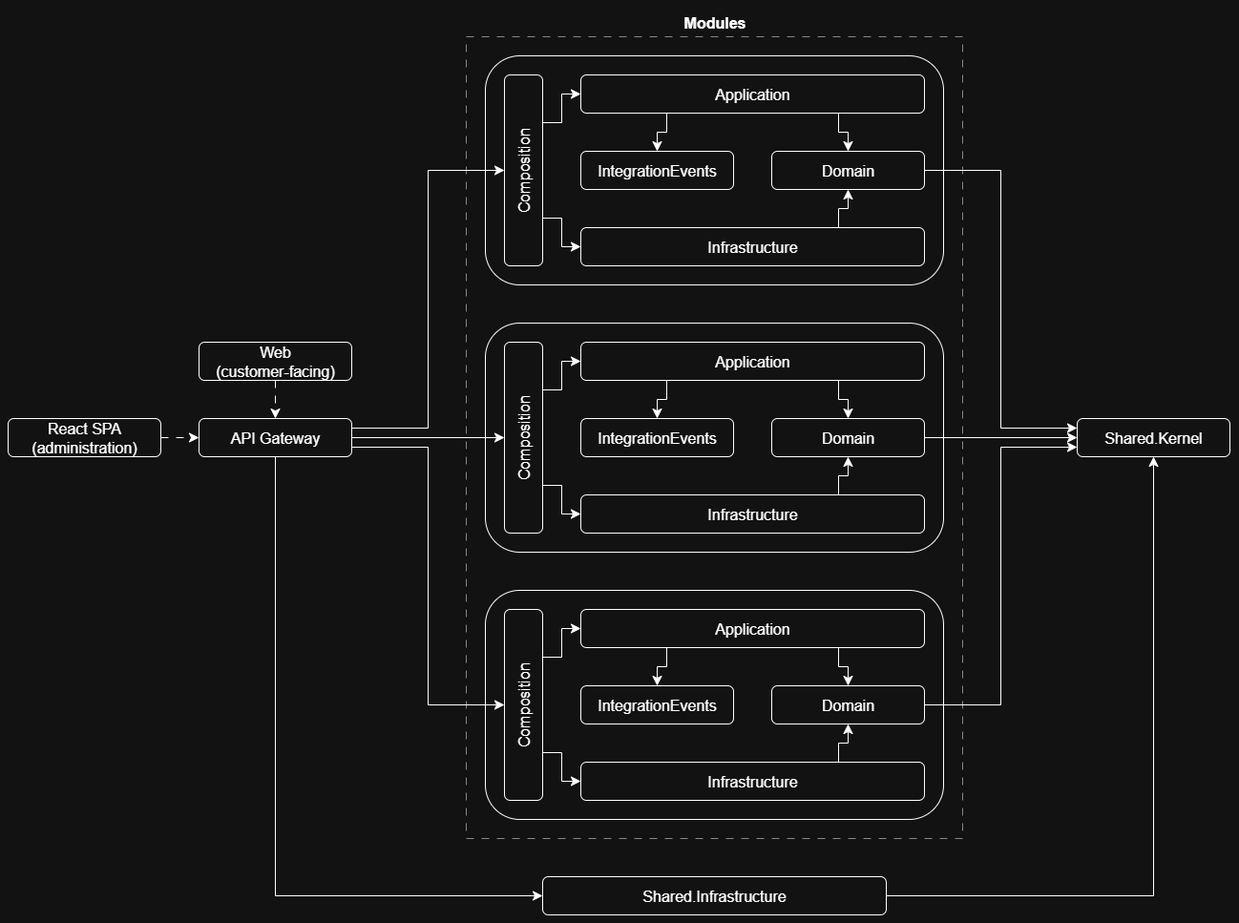
maqnitude/DepresStore keeps this draw.io diagram as media/images/project-structure-overview.png. Above is the earlier version. Source tidied: cells renumbered, new cells last; positions are measured from the earlier drawing's top-left corner, leaving out a move shared by most shapes.
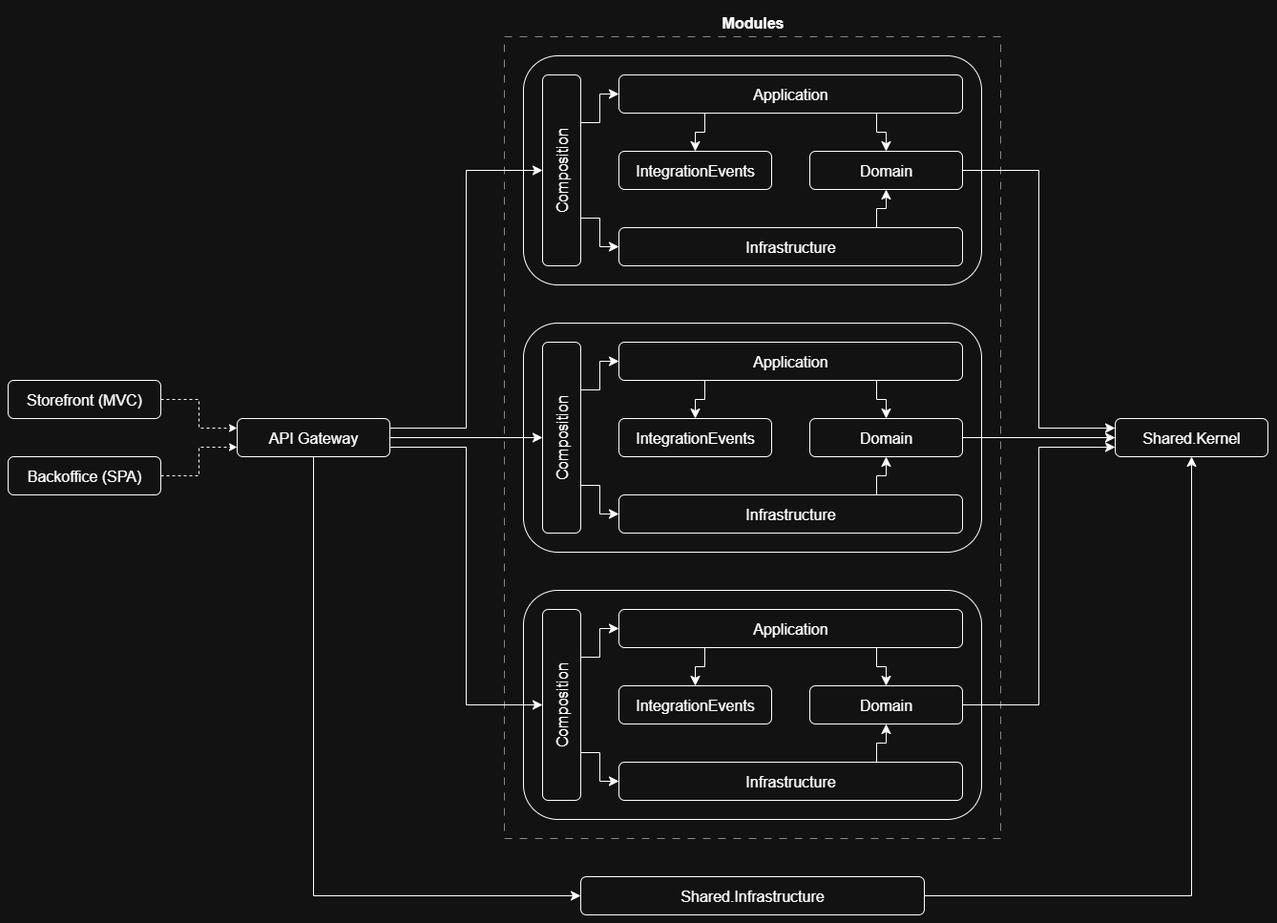
The same diagram one commit later.

Commit message:
docs: add architecture overview and minor changes

The edit, as a diff of the source:
```diff
@@ -53,17 +53,27 @@
     <mxCell id="18" value="&lt;b&gt;&lt;font&gt;Modules&lt;/font&gt;&lt;/b&gt;" style="text;html=1;align=center;verticalAlign=middle;fontSize=16;" parent="1" vertex="1">
       <mxGeometry x="695" width="90" height="30" as="geometry" />
     </mxCell>
-    <mxCell id="19" style="edgeStyle=orthogonalEdgeStyle;rounded=0;jettySize=auto;html=1;exitX=0.5;exitY=1;exitDx=0;exitDy=0;entryX=0.5;entryY=0;entryDx=0;entryDy=0;dashed=1;fontSize=16;endSize=8;startSize=8;dashPattern=8 8;" parent="1" edge="1" source="20" target="15">
-      <mxGeometry relative="1" as="geometry" />
+    <mxCell id="19" style="edgeStyle=orthogonalEdgeStyle;rounded=0;jettySize=auto;html=1;dashed=1;" parent="1" edge="1" source="20" target="15">
+      <mxGeometry relative="1" as="geometry">
+        <Array as="points">
+          <mxPoint x="160" y="410" />
+          <mxPoint x="160" y="440" />
+        </Array>
+      </mxGeometry>
     </mxCell>
-    <mxCell id="20" value="Web&lt;div&gt;(customer-facing)&lt;/div&gt;" style="rounded=1;whiteSpace=wrap;html=1;fontSize=16;" parent="1" vertex="1">
-      <mxGeometry x="200" y="350" width="160" height="40" as="geometry" />
+    <mxCell id="20" value="Storefront (MVC)" style="rounded=1;whiteSpace=wrap;html=1;fontSize=16;" parent="1" vertex="1">
+      <mxGeometry x="-40" y="390" width="160" height="40" as="geometry" />
     </mxCell>
-    <mxCell id="21" style="edgeStyle=orthogonalEdgeStyle;rounded=0;jettySize=auto;html=1;exitX=1;exitY=0.5;exitDx=0;exitDy=0;entryX=0;entryY=0.5;entryDx=0;entryDy=0;dashed=1;fontSize=16;endSize=8;startSize=8;dashPattern=8 8;" parent="1" edge="1" source="22" target="15">
-      <mxGeometry relative="1" as="geometry" />
+    <mxCell id="21" style="edgeStyle=orthogonalEdgeStyle;rounded=0;jettySize=auto;html=1;dashed=1;" parent="1" edge="1" source="22" target="15">
+      <mxGeometry relative="1" as="geometry">
+        <Array as="points">
+          <mxPoint x="160" y="490" />
+          <mxPoint x="160" y="460" />
+        </Array>
+      </mxGeometry>
     </mxCell>
-    <mxCell id="22" value="&lt;div&gt;React SPA&lt;/div&gt;&lt;div&gt;(administration)&lt;/div&gt;" style="rounded=1;whiteSpace=wrap;html=1;fontSize=16;" parent="1" vertex="1">
-      <mxGeometry y="430" width="160" height="40" as="geometry" />
+    <mxCell id="22" value="Backoffice (SPA)" style="rounded=1;whiteSpace=wrap;html=1;fontSize=16;" parent="1" vertex="1">
+      <mxGeometry x="-40" y="470" width="160" height="40" as="geometry" />
     </mxCell>
     <mxCell id="23" style="edgeStyle=orthogonalEdgeStyle;rounded=0;jettySize=auto;html=1;exitX=0.75;exitY=1;exitDx=0;exitDy=0;entryX=0;entryY=0.5;entryDx=0;entryDy=0;endSize=8;startSize=8;" parent="1" edge="1" source="25" target="11">
       <mxGeometry relative="1" as="geometry" />
```
